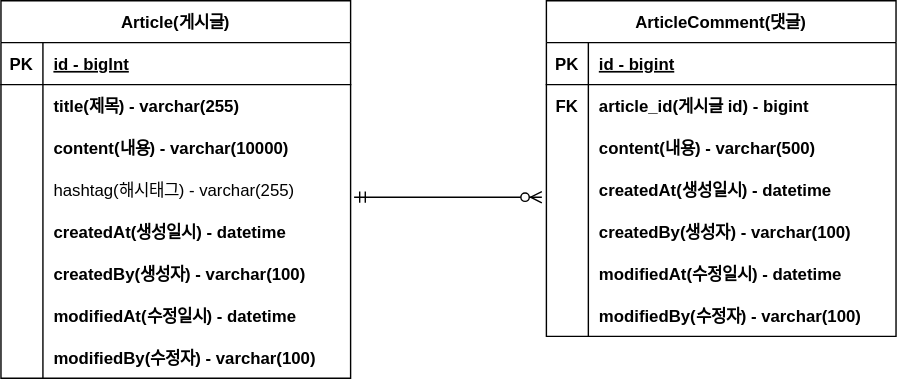
upbreak/project-board keeps this draw.io diagram as doument/project-board_erd.svg. Above is the earlier version. Source tidied: cells renumbered, new cells last; positions are measured from the earlier drawing's top-left corner, leaving out a move shared by most shapes.
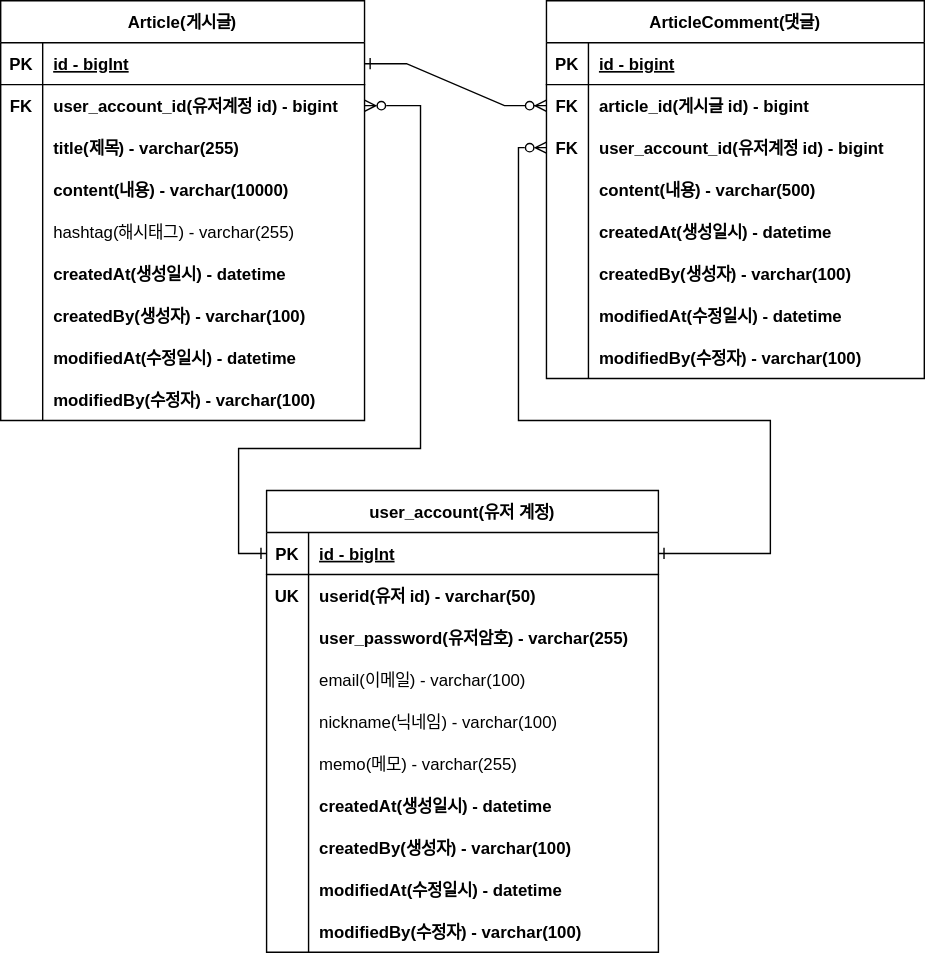
The same diagram one commit later.

Commit message:
#16 - 유저계정 erd 추가

The edit, as a diff of the source:
```diff
@@ -5,6 +5,6 @@
     <mxCell id="2" value="Article(게시글)" style="shape=table;startSize=30;rowLines=0;fontStyle=1;align=center;" parent="1" vertex="1">
-      <mxGeometry width="250" height="270" as="geometry" />
+      <mxGeometry width="260" height="300" as="geometry" />
     </mxCell>
     <mxCell id="3" style="shape=partialRectangle;fillColor=none;points=[[0,0.5],[1,0.5]];portConstraint=eastwest;top=0;left=0;right=0;bottom=1;" parent="2" vertex="1">
-      <mxGeometry y="30" width="250" height="30" as="geometry" />
+      <mxGeometry y="30" width="260" height="30" as="geometry" />
     </mxCell>
@@ -14,15 +14,24 @@
     <mxCell id="5" value="id - biglnt" style="shape=partialRectangle;overflow=hidden;fillColor=none;top=0;left=0;bottom=0;right=0;align=left;spacingLeft=6;fontStyle=5;" parent="3" vertex="1">
-      <mxGeometry x="30" width="220" height="30" as="geometry" />
+      <mxGeometry x="30" width="230" height="30" as="geometry" />
     </mxCell>
     <mxCell id="6" style="shape=partialRectangle;fillColor=none;points=[[0,0.5],[1,0.5]];portConstraint=eastwest;top=0;left=0;right=0;bottom=0;" parent="2" vertex="1">
-      <mxGeometry y="60" width="250" height="30" as="geometry" />
+      <mxGeometry y="60" width="260" height="30" as="geometry" />
     </mxCell>
-    <mxCell id="7" style="shape=partialRectangle;overflow=hidden;fillColor=none;top=0;left=0;bottom=0;right=0;" parent="6" vertex="1">
+    <mxCell id="7" value="FK" style="shape=partialRectangle;overflow=hidden;fillColor=none;top=0;left=0;bottom=0;right=0;fontStyle=1;" parent="6" vertex="1">
       <mxGeometry width="30" height="30" as="geometry" />
     </mxCell>
-    <mxCell id="8" value="title(제목) - varchar(255)" style="shape=partialRectangle;overflow=hidden;fillColor=none;top=0;left=0;bottom=0;right=0;align=left;spacingLeft=6;fontStyle=1;" parent="6" vertex="1">
-      <mxGeometry x="30" width="220" height="30" as="geometry" />
+    <mxCell id="8" value="user_account_id(유저계정 id) - bigint" style="shape=partialRectangle;overflow=hidden;fillColor=none;top=0;left=0;bottom=0;right=0;align=left;spacingLeft=6;fontStyle=1;" parent="6" vertex="1">
+      <mxGeometry x="30" width="230" height="30" as="geometry" />
     </mxCell>
+    <mxCell id="50" style="shape=partialRectangle;fillColor=none;top=0;left=0;right=0;bottom=0;" parent="2" vertex="1">
+      <mxGeometry y="90" width="260" height="30" as="geometry" />
+    </mxCell>
+    <mxCell id="51" style="shape=partialRectangle;overflow=hidden;fillColor=none;top=0;left=0;bottom=0;right=0;" parent="50" vertex="1">
+      <mxGeometry width="30" height="30" as="geometry" />
+    </mxCell>
+    <mxCell id="52" value="title(제목) - varchar(255)" style="shape=partialRectangle;overflow=hidden;fillColor=none;top=0;left=0;bottom=0;right=0;align=left;spacingLeft=6;fontStyle=1;" parent="50" vertex="1">
+      <mxGeometry x="30" width="230" height="30" as="geometry" />
+    </mxCell>
     <mxCell id="9" style="shape=partialRectangle;fillColor=none;top=0;left=0;right=0;bottom=0;" parent="2" vertex="1">
-      <mxGeometry y="90" width="250" height="30" as="geometry" />
+      <mxGeometry y="120" width="260" height="30" as="geometry" />
     </mxCell>
@@ -32,6 +41,6 @@
     <mxCell id="11" value="content(내용) - varchar(10000)" style="shape=partialRectangle;overflow=hidden;fillColor=none;top=0;left=0;bottom=0;right=0;align=left;spacingLeft=6;fontStyle=1;" parent="9" vertex="1">
-      <mxGeometry x="30" width="220" height="30" as="geometry" />
+      <mxGeometry x="30" width="230" height="30" as="geometry" />
     </mxCell>
     <mxCell id="12" style="shape=partialRectangle;fillColor=none;points=[[0,0.5],[1,0.5]];portConstraint=eastwest;top=0;left=0;right=0;bottom=0;" parent="2" vertex="1">
-      <mxGeometry y="120" width="250" height="30" as="geometry" />
+      <mxGeometry y="150" width="260" height="30" as="geometry" />
     </mxCell>
@@ -41,6 +50,6 @@
     <mxCell id="14" value="hashtag(해시태그) - varchar(255)" style="shape=partialRectangle;overflow=hidden;fillColor=none;top=0;left=0;bottom=0;right=0;align=left;spacingLeft=6;" parent="12" vertex="1">
-      <mxGeometry x="30" width="220" height="30" as="geometry" />
+      <mxGeometry x="30" width="230" height="30" as="geometry" />
     </mxCell>
     <mxCell id="15" style="shape=partialRectangle;fillColor=none;top=0;left=0;right=0;bottom=0;" parent="2" vertex="1">
-      <mxGeometry y="150" width="250" height="30" as="geometry" />
+      <mxGeometry y="180" width="260" height="30" as="geometry" />
     </mxCell>
@@ -50,6 +59,6 @@
     <mxCell id="17" value="createdAt(생성일시) - datetime" style="shape=partialRectangle;overflow=hidden;fillColor=none;top=0;left=0;bottom=0;right=0;align=left;spacingLeft=6;fontStyle=1;" parent="15" vertex="1">
-      <mxGeometry x="30" width="220" height="30" as="geometry" />
+      <mxGeometry x="30" width="230" height="30" as="geometry" />
     </mxCell>
     <mxCell id="18" style="shape=partialRectangle;fillColor=none;top=0;left=0;right=0;bottom=0;" parent="2" vertex="1">
-      <mxGeometry y="180" width="250" height="30" as="geometry" />
+      <mxGeometry y="210" width="260" height="30" as="geometry" />
     </mxCell>
@@ -59,6 +68,6 @@
     <mxCell id="20" value="createdBy(생성자) - varchar(100)" style="shape=partialRectangle;overflow=hidden;fillColor=none;top=0;left=0;bottom=0;right=0;align=left;spacingLeft=6;fontStyle=1;" parent="18" vertex="1">
-      <mxGeometry x="30" width="220" height="30" as="geometry" />
+      <mxGeometry x="30" width="230" height="30" as="geometry" />
     </mxCell>
     <mxCell id="21" style="shape=partialRectangle;fillColor=none;top=0;left=0;right=0;bottom=0;" parent="2" vertex="1">
-      <mxGeometry y="210" width="250" height="30" as="geometry" />
+      <mxGeometry y="240" width="260" height="30" as="geometry" />
     </mxCell>
@@ -68,6 +77,6 @@
     <mxCell id="23" value="modifiedAt(수정일시) - datetime" style="shape=partialRectangle;overflow=hidden;fillColor=none;top=0;left=0;bottom=0;right=0;align=left;spacingLeft=6;fontStyle=1;" parent="21" vertex="1">
-      <mxGeometry x="30" width="220" height="30" as="geometry" />
+      <mxGeometry x="30" width="230" height="30" as="geometry" />
     </mxCell>
     <mxCell id="24" style="shape=partialRectangle;fillColor=none;top=0;left=0;right=0;bottom=0;" parent="2" vertex="1">
-      <mxGeometry y="240" width="250" height="30" as="geometry" />
+      <mxGeometry y="270" width="260" height="30" as="geometry" />
     </mxCell>
@@ -77,9 +86,9 @@
     <mxCell id="26" value="modifiedBy(수정자) - varchar(100)" style="shape=partialRectangle;overflow=hidden;fillColor=none;top=0;left=0;bottom=0;right=0;align=left;spacingLeft=6;fontStyle=1;" parent="24" vertex="1">
-      <mxGeometry x="30" width="220" height="30" as="geometry" />
+      <mxGeometry x="30" width="230" height="30" as="geometry" />
     </mxCell>
     <mxCell id="27" value="ArticleComment(댓글)" style="shape=table;startSize=30;rowLines=0;fontStyle=1;align=center;" parent="1" vertex="1">
-      <mxGeometry x="390" width="250" height="240" as="geometry" />
+      <mxGeometry x="390" width="270" height="270" as="geometry" />
     </mxCell>
     <mxCell id="28" style="shape=partialRectangle;fillColor=none;top=0;left=0;right=0;bottom=1;" parent="27" vertex="1">
-      <mxGeometry y="30" width="250" height="30" as="geometry" />
+      <mxGeometry y="30" width="270" height="30" as="geometry" />
     </mxCell>
@@ -89,6 +98,6 @@
     <mxCell id="30" value="id - bigint" style="shape=partialRectangle;overflow=hidden;fillColor=none;top=0;left=0;bottom=0;right=0;align=left;spacingLeft=6;fontStyle=5;" parent="28" vertex="1">
-      <mxGeometry x="30" width="220" height="30" as="geometry" />
+      <mxGeometry x="30" width="240" height="30" as="geometry" />
     </mxCell>
     <mxCell id="31" style="shape=partialRectangle;fillColor=none;points=[[0,0.5],[1,0.5]];portConstraint=eastwest;top=0;left=0;right=0;bottom=0;" parent="27" vertex="1">
-      <mxGeometry y="60" width="250" height="30" as="geometry" />
+      <mxGeometry y="60" width="270" height="30" as="geometry" />
     </mxCell>
@@ -98,6 +107,15 @@
     <mxCell id="33" value="article_id(게시글 id) - bigint" style="shape=partialRectangle;overflow=hidden;fillColor=none;top=0;left=0;bottom=0;right=0;align=left;spacingLeft=6;fontStyle=1;" parent="31" vertex="1">
-      <mxGeometry x="30" width="220" height="30" as="geometry" />
+      <mxGeometry x="30" width="240" height="30" as="geometry" />
     </mxCell>
+    <mxCell id="53" style="shape=partialRectangle;fillColor=none;points=[[0,0.5],[1,0.5]];portConstraint=eastwest;top=0;left=0;right=0;bottom=0;" parent="27" vertex="1">
+      <mxGeometry y="90" width="270" height="30" as="geometry" />
+    </mxCell>
+    <mxCell id="54" value="FK" style="shape=partialRectangle;overflow=hidden;fillColor=none;top=0;left=0;bottom=0;right=0;fontStyle=1;" parent="53" vertex="1">
+      <mxGeometry width="30" height="30" as="geometry" />
+    </mxCell>
+    <mxCell id="55" value="user_account_id(유저계정 id) - bigint" style="shape=partialRectangle;overflow=hidden;fillColor=none;top=0;left=0;bottom=0;right=0;align=left;spacingLeft=6;fontStyle=1;" parent="53" vertex="1">
+      <mxGeometry x="30" width="240" height="30" as="geometry" />
+    </mxCell>
     <mxCell id="34" style="shape=partialRectangle;fillColor=none;top=0;left=0;right=0;bottom=0;" parent="27" vertex="1">
-      <mxGeometry y="90" width="250" height="30" as="geometry" />
+      <mxGeometry y="120" width="270" height="30" as="geometry" />
     </mxCell>
@@ -107,6 +125,6 @@
     <mxCell id="36" value="content(내용) - varchar(500)" style="shape=partialRectangle;overflow=hidden;fillColor=none;top=0;left=0;bottom=0;right=0;align=left;spacingLeft=6;fontStyle=1;" parent="34" vertex="1">
-      <mxGeometry x="30" width="220" height="30" as="geometry" />
+      <mxGeometry x="30" width="240" height="30" as="geometry" />
     </mxCell>
     <mxCell id="37" style="shape=partialRectangle;fillColor=none;points=[[0,0.5],[1,0.5]];portConstraint=eastwest;top=0;left=0;right=0;bottom=0;" parent="27" vertex="1">
-      <mxGeometry y="120" width="250" height="30" as="geometry" />
+      <mxGeometry y="150" width="270" height="30" as="geometry" />
     </mxCell>
@@ -116,6 +134,6 @@
     <mxCell id="39" value="createdAt(생성일시) - datetime" style="shape=partialRectangle;overflow=hidden;fillColor=none;top=0;left=0;bottom=0;right=0;align=left;spacingLeft=6;fontStyle=1;" parent="37" vertex="1">
-      <mxGeometry x="30" width="220" height="30" as="geometry" />
+      <mxGeometry x="30" width="240" height="30" as="geometry" />
     </mxCell>
     <mxCell id="40" style="shape=partialRectangle;fillColor=none;top=0;left=0;right=0;bottom=0;" parent="27" vertex="1">
-      <mxGeometry y="150" width="250" height="30" as="geometry" />
+      <mxGeometry y="180" width="270" height="30" as="geometry" />
     </mxCell>
@@ -125,6 +143,6 @@
     <mxCell id="42" value="createdBy(생성자) - varchar(100)" style="shape=partialRectangle;overflow=hidden;fillColor=none;top=0;left=0;bottom=0;right=0;align=left;spacingLeft=6;fontStyle=1;" parent="40" vertex="1">
-      <mxGeometry x="30" width="220" height="30" as="geometry" />
+      <mxGeometry x="30" width="240" height="30" as="geometry" />
     </mxCell>
     <mxCell id="43" style="shape=partialRectangle;fillColor=none;top=0;left=0;right=0;bottom=0;" parent="27" vertex="1">
-      <mxGeometry y="180" width="250" height="30" as="geometry" />
+      <mxGeometry y="210" width="270" height="30" as="geometry" />
     </mxCell>
@@ -134,6 +152,6 @@
     <mxCell id="45" value="modifiedAt(수정일시) - datetime" style="shape=partialRectangle;overflow=hidden;fillColor=none;top=0;left=0;bottom=0;right=0;align=left;spacingLeft=6;fontStyle=1;" parent="43" vertex="1">
-      <mxGeometry x="30" width="220" height="30" as="geometry" />
+      <mxGeometry x="30" width="240" height="30" as="geometry" />
     </mxCell>
     <mxCell id="46" style="shape=partialRectangle;fillColor=none;top=0;left=0;right=0;bottom=0;" parent="27" vertex="1">
-      <mxGeometry y="210" width="250" height="30" as="geometry" />
+      <mxGeometry y="240" width="270" height="30" as="geometry" />
     </mxCell>
@@ -143,7 +161,120 @@
     <mxCell id="48" value="modifiedBy(수정자) - varchar(100)" style="shape=partialRectangle;overflow=hidden;fillColor=none;top=0;left=0;bottom=0;right=0;align=left;spacingLeft=6;fontStyle=1;" parent="46" vertex="1">
-      <mxGeometry x="30" width="220" height="30" as="geometry" />
+      <mxGeometry x="30" width="240" height="30" as="geometry" />
     </mxCell>
-    <mxCell id="49" style="edgeStyle=entityRelationEdgeStyle;fontSize=12;html=1;endArrow=ERzeroToMany;startArrow=ERmandOne;rounded=0;exitX=1.01;exitY=0.683;exitDx=0;exitDy=0;exitPerimeter=0;entryX=-0.013;entryY=0.683;entryDx=0;entryDy=0;entryPerimeter=0;" parent="1" edge="1" source="12" target="37">
+    <mxCell id="49" style="edgeStyle=entityRelationEdgeStyle;fontSize=12;html=1;endArrow=ERzeroToMany;startArrow=ERone;rounded=0;entryX=0;entryY=0.5;entryDx=0;entryDy=0;exitX=1;exitY=0.5;exitDx=0;exitDy=0;startFill=0;" parent="1" edge="1" source="3" target="31">
       <mxGeometry relative="1" as="geometry" />
     </mxCell>
+    <mxCell id="56" value="user_account(유저 계정)" style="shape=table;startSize=30;rowLines=0;fontStyle=1;align=center;" parent="1" vertex="1">
+      <mxGeometry x="190" y="350" width="280" height="330" as="geometry" />
+    </mxCell>
+    <mxCell id="57" style="shape=partialRectangle;fillColor=none;points=[[0,0.5],[1,0.5]];portConstraint=eastwest;top=0;left=0;right=0;bottom=1;" parent="56" vertex="1">
+      <mxGeometry y="30" width="280" height="30" as="geometry" />
+    </mxCell>
+    <mxCell id="58" value="PK" style="shape=partialRectangle;overflow=hidden;fillColor=none;top=0;left=0;bottom=0;right=0;fontStyle=1;" parent="57" vertex="1">
+      <mxGeometry width="30" height="30" as="geometry" />
+    </mxCell>
+    <mxCell id="59" value="id - biglnt" style="shape=partialRectangle;overflow=hidden;fillColor=none;top=0;left=0;bottom=0;right=0;align=left;spacingLeft=6;fontStyle=5;" parent="57" vertex="1">
+      <mxGeometry x="30" width="250" height="30" as="geometry" />
+    </mxCell>
+    <mxCell id="60" style="shape=partialRectangle;fillColor=none;top=0;left=0;right=0;bottom=0;" parent="56" vertex="1">
+      <mxGeometry y="60" width="280" height="30" as="geometry" />
+    </mxCell>
+    <mxCell id="61" value="UK" style="shape=partialRectangle;overflow=hidden;fillColor=none;top=0;left=0;bottom=0;right=0;fontStyle=1;" parent="60" vertex="1">
+      <mxGeometry width="30" height="30" as="geometry" />
+    </mxCell>
+    <mxCell id="62" value="userid(유저 id) - varchar(50)" style="shape=partialRectangle;overflow=hidden;fillColor=none;top=0;left=0;bottom=0;right=0;align=left;spacingLeft=6;fontStyle=1;" parent="60" vertex="1">
+      <mxGeometry x="30" width="250" height="30" as="geometry" />
+    </mxCell>
+    <mxCell id="63" style="shape=partialRectangle;fillColor=none;top=0;left=0;right=0;bottom=0;" parent="56" vertex="1">
+      <mxGeometry y="90" width="280" height="30" as="geometry" />
+    </mxCell>
+    <mxCell id="64" style="shape=partialRectangle;overflow=hidden;fillColor=none;top=0;left=0;bottom=0;right=0;" parent="63" vertex="1">
+      <mxGeometry width="30" height="30" as="geometry" />
+    </mxCell>
+    <mxCell id="65" value="user_password(유저암호) - varchar(255)" style="shape=partialRectangle;overflow=hidden;fillColor=none;top=0;left=0;bottom=0;right=0;align=left;spacingLeft=6;fontStyle=1;" parent="63" vertex="1">
+      <mxGeometry x="30" width="250" height="30" as="geometry" />
+    </mxCell>
+    <mxCell id="66" style="shape=partialRectangle;fillColor=none;top=0;left=0;right=0;bottom=0;" parent="56" vertex="1">
+      <mxGeometry y="120" width="280" height="30" as="geometry" />
+    </mxCell>
+    <mxCell id="67" style="shape=partialRectangle;overflow=hidden;fillColor=none;top=0;left=0;bottom=0;right=0;" parent="66" vertex="1">
+      <mxGeometry width="30" height="30" as="geometry" />
+    </mxCell>
+    <mxCell id="68" value="email(이메일) - varchar(100)" style="shape=partialRectangle;overflow=hidden;fillColor=none;top=0;left=0;bottom=0;right=0;align=left;spacingLeft=6;fontStyle=0;" parent="66" vertex="1">
+      <mxGeometry x="30" width="250" height="30" as="geometry" />
+    </mxCell>
+    <mxCell id="69" style="shape=partialRectangle;fillColor=none;top=0;left=0;right=0;bottom=0;" parent="56" vertex="1">
+      <mxGeometry y="150" width="280" height="30" as="geometry" />
+    </mxCell>
+    <mxCell id="70" style="shape=partialRectangle;overflow=hidden;fillColor=none;top=0;left=0;bottom=0;right=0;" parent="69" vertex="1">
+      <mxGeometry width="30" height="30" as="geometry" />
+    </mxCell>
+    <mxCell id="71" value="nickname(닉네임) - varchar(100)" style="shape=partialRectangle;overflow=hidden;fillColor=none;top=0;left=0;bottom=0;right=0;align=left;spacingLeft=6;" parent="69" vertex="1">
+      <mxGeometry x="30" width="250" height="30" as="geometry" />
+    </mxCell>
+    <mxCell id="72" style="shape=partialRectangle;fillColor=none;top=0;left=0;right=0;bottom=0;" parent="56" vertex="1">
+      <mxGeometry y="180" width="280" height="30" as="geometry" />
+    </mxCell>
+    <mxCell id="73" style="shape=partialRectangle;overflow=hidden;fillColor=none;top=0;left=0;bottom=0;right=0;" parent="72" vertex="1">
+      <mxGeometry width="30" height="30" as="geometry" />
+    </mxCell>
+    <mxCell id="74" value="memo(메모) - varchar(255)" style="shape=partialRectangle;overflow=hidden;fillColor=none;top=0;left=0;bottom=0;right=0;align=left;spacingLeft=6;" parent="72" vertex="1">
+      <mxGeometry x="30" width="250" height="30" as="geometry" />
+    </mxCell>
+    <mxCell id="75" style="shape=partialRectangle;fillColor=none;top=0;left=0;right=0;bottom=0;" parent="56" vertex="1">
+      <mxGeometry y="210" width="280" height="30" as="geometry" />
+    </mxCell>
+    <mxCell id="76" style="shape=partialRectangle;overflow=hidden;fillColor=none;top=0;left=0;bottom=0;right=0;" parent="75" vertex="1">
+      <mxGeometry width="30" height="30" as="geometry" />
+    </mxCell>
+    <mxCell id="77" value="createdAt(생성일시) - datetime" style="shape=partialRectangle;overflow=hidden;fillColor=none;top=0;left=0;bottom=0;right=0;align=left;spacingLeft=6;fontStyle=1;" parent="75" vertex="1">
+      <mxGeometry x="30" width="250" height="30" as="geometry" />
+    </mxCell>
+    <mxCell id="78" style="shape=partialRectangle;fillColor=none;top=0;left=0;right=0;bottom=0;" parent="56" vertex="1">
+      <mxGeometry y="240" width="280" height="30" as="geometry" />
+    </mxCell>
+    <mxCell id="79" style="shape=partialRectangle;overflow=hidden;fillColor=none;top=0;left=0;bottom=0;right=0;" parent="78" vertex="1">
+      <mxGeometry width="30" height="30" as="geometry" />
+    </mxCell>
+    <mxCell id="80" value="createdBy(생성자) - varchar(100)" style="shape=partialRectangle;overflow=hidden;fillColor=none;top=0;left=0;bottom=0;right=0;align=left;spacingLeft=6;fontStyle=1;" parent="78" vertex="1">
+      <mxGeometry x="30" width="250" height="30" as="geometry" />
+    </mxCell>
+    <mxCell id="81" style="shape=partialRectangle;fillColor=none;top=0;left=0;right=0;bottom=0;" parent="56" vertex="1">
+      <mxGeometry y="270" width="280" height="30" as="geometry" />
+    </mxCell>
+    <mxCell id="82" style="shape=partialRectangle;overflow=hidden;fillColor=none;top=0;left=0;bottom=0;right=0;" parent="81" vertex="1">
+      <mxGeometry width="30" height="30" as="geometry" />
+    </mxCell>
+    <mxCell id="83" value="modifiedAt(수정일시) - datetime" style="shape=partialRectangle;overflow=hidden;fillColor=none;top=0;left=0;bottom=0;right=0;align=left;spacingLeft=6;fontStyle=1;" parent="81" vertex="1">
+      <mxGeometry x="30" width="250" height="30" as="geometry" />
+    </mxCell>
+    <mxCell id="84" style="shape=partialRectangle;fillColor=none;top=0;left=0;right=0;bottom=0;" parent="56" vertex="1">
+      <mxGeometry y="300" width="280" height="30" as="geometry" />
+    </mxCell>
+    <mxCell id="85" style="shape=partialRectangle;overflow=hidden;fillColor=none;top=0;left=0;bottom=0;right=0;" parent="84" vertex="1">
+      <mxGeometry width="30" height="30" as="geometry" />
+    </mxCell>
+    <mxCell id="86" value="modifiedBy(수정자) - varchar(100)" style="shape=partialRectangle;overflow=hidden;fillColor=none;top=0;left=0;bottom=0;right=0;align=left;spacingLeft=6;fontStyle=1;" parent="84" vertex="1">
+      <mxGeometry x="30" width="250" height="30" as="geometry" />
+    </mxCell>
+    <mxCell id="87" style="edgeStyle=orthogonalEdgeStyle;rounded=0;jettySize=auto;html=1;exitX=0;exitY=0.5;exitDx=0;exitDy=0;endArrow=ERone;endFill=0;startArrow=ERzeroToMany;startFill=0;entryX=1;entryY=0.5;entryDx=0;entryDy=0;" parent="1" edge="1" source="53" target="57">
+      <mxGeometry relative="1" as="geometry">
+        <Array as="points">
+          <mxPoint x="370" y="105" />
+          <mxPoint x="370" y="300" />
+          <mxPoint x="550" y="300" />
+          <mxPoint x="550" y="395" />
+        </Array>
+      </mxGeometry>
+    </mxCell>
+    <mxCell id="88" style="edgeStyle=orthogonalEdgeStyle;rounded=0;jettySize=auto;html=1;exitX=1;exitY=0.5;exitDx=0;exitDy=0;entryX=0;entryY=0.5;entryDx=0;entryDy=0;startArrow=ERzeroToMany;startFill=0;endArrow=ERone;endFill=0;" parent="1" edge="1" source="6" target="57">
+      <mxGeometry relative="1" as="geometry">
+        <Array as="points">
+          <mxPoint x="300" y="75" />
+          <mxPoint x="300" y="320" />
+          <mxPoint x="170" y="320" />
+          <mxPoint x="170" y="395" />
+        </Array>
+      </mxGeometry>
+    </mxCell>
   </root>
```
